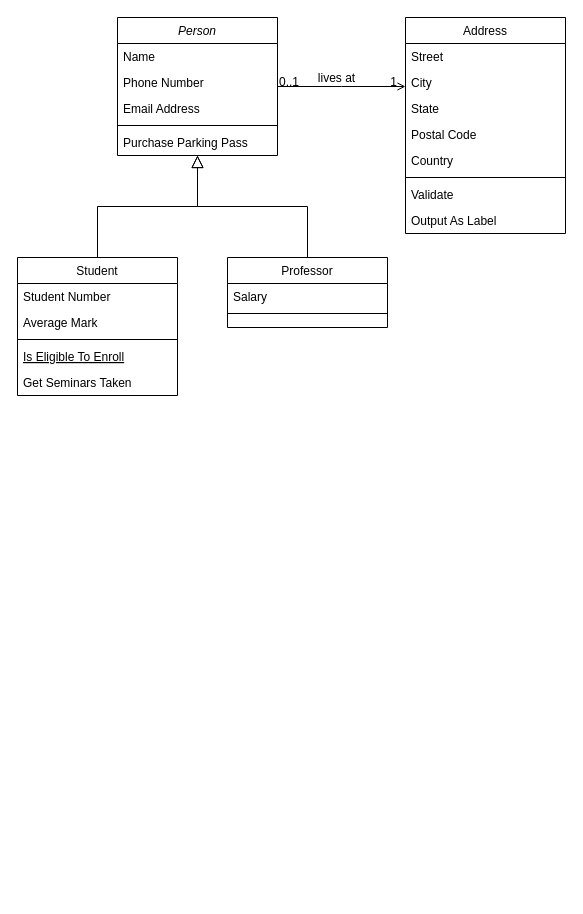
Before: Untitled Diagram.drawio in alejandro-vasquez-es/super-auto-pets, a draw.io diagram. Source tidied: cells renumbered, new cells numbered last; positions are measured from the earlier drawing's top-left corner, leaving out a move shared by most shapes. Both pictures are drawn from the tidied source at 100%, with x=0, y=0 at pixel (17, 17).
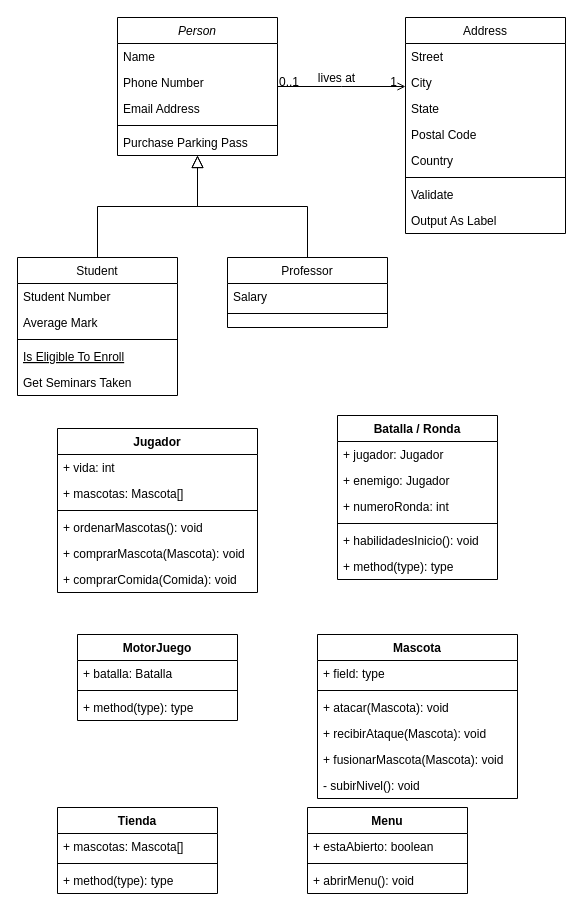
Above is the later version.

Diff of the diagram source:
```diff
@@
+    <mxCell id="32" value="Jugador" style="swimlane;fontStyle=1;align=center;verticalAlign=top;horizontal=1;startSize=26;" parent="1" vertex="1">
+      <mxGeometry x="40" y="411" width="200" height="164" as="geometry" />
+    </mxCell>
+    <mxCell id="33" value="+ vida: int" style="text;strokeColor=none;fillColor=none;align=left;verticalAlign=top;spacingLeft=4;spacingRight=4;overflow=hidden;" parent="32" vertex="1">
+      <mxGeometry y="26" width="200" height="26" as="geometry" />
+    </mxCell>
+    <mxCell id="34" value="+ mascotas: Mascota[]" style="text;strokeColor=none;fillColor=none;align=left;verticalAlign=top;spacingLeft=4;spacingRight=4;overflow=hidden;" parent="32" vertex="1">
+      <mxGeometry y="52" width="200" height="26" as="geometry" />
+    </mxCell>
+    <mxCell id="35" style="line;strokeWidth=1;fillColor=none;align=left;verticalAlign=middle;spacingTop=-1;spacingLeft=3;spacingRight=3;labelPosition=right;" parent="32" vertex="1">
+      <mxGeometry y="78" width="200" height="8" as="geometry" />
+    </mxCell>
+    <mxCell id="36" value="+ ordenarMascotas(): void" style="text;strokeColor=none;fillColor=none;align=left;verticalAlign=top;spacingLeft=4;spacingRight=4;overflow=hidden;" parent="32" vertex="1">
+      <mxGeometry y="86" width="200" height="26" as="geometry" />
+    </mxCell>
+    <mxCell id="37" value="+ comprarMascota(Mascota): void" style="text;strokeColor=none;fillColor=none;align=left;verticalAlign=top;spacingLeft=4;spacingRight=4;overflow=hidden;" parent="32" vertex="1">
+      <mxGeometry y="112" width="200" height="26" as="geometry" />
+    </mxCell>
+    <mxCell id="38" value="+ comprarComida(Comida): void" style="text;strokeColor=none;fillColor=none;align=left;verticalAlign=top;spacingLeft=4;spacingRight=4;overflow=hidden;" parent="32" vertex="1">
+      <mxGeometry y="138" width="200" height="26" as="geometry" />
+    </mxCell>
+    <mxCell id="39" value="Batalla / Ronda" style="swimlane;fontStyle=1;align=center;verticalAlign=top;horizontal=1;startSize=26;" parent="1" vertex="1">
+      <mxGeometry x="320" y="398" width="160" height="164" as="geometry" />
+    </mxCell>
+    <mxCell id="40" value="+ jugador: Jugador" style="text;strokeColor=none;fillColor=none;align=left;verticalAlign=top;spacingLeft=4;spacingRight=4;overflow=hidden;" parent="39" vertex="1">
+      <mxGeometry y="26" width="160" height="26" as="geometry" />
+    </mxCell>
+    <mxCell id="41" value="+ enemigo: Jugador" style="text;strokeColor=none;fillColor=none;align=left;verticalAlign=top;spacingLeft=4;spacingRight=4;overflow=hidden;" parent="39" vertex="1">
+      <mxGeometry y="52" width="160" height="26" as="geometry" />
+    </mxCell>
+    <mxCell id="42" value="+ numeroRonda: int" style="text;strokeColor=none;fillColor=none;align=left;verticalAlign=top;spacingLeft=4;spacingRight=4;overflow=hidden;" parent="39" vertex="1">
+      <mxGeometry y="78" width="160" height="26" as="geometry" />
+    </mxCell>
+    <mxCell id="43" style="line;strokeWidth=1;fillColor=none;align=left;verticalAlign=middle;spacingTop=-1;spacingLeft=3;spacingRight=3;labelPosition=right;" parent="39" vertex="1">
+      <mxGeometry y="104" width="160" height="8" as="geometry" />
+    </mxCell>
+    <mxCell id="44" value="+ habilidadesInicio(): void" style="text;strokeColor=none;fillColor=none;align=left;verticalAlign=top;spacingLeft=4;spacingRight=4;overflow=hidden;" parent="39" vertex="1">
+      <mxGeometry y="112" width="160" height="26" as="geometry" />
+    </mxCell>
+    <mxCell id="45" value="+ method(type): type" style="text;strokeColor=none;fillColor=none;align=left;verticalAlign=top;spacingLeft=4;spacingRight=4;overflow=hidden;" parent="39" vertex="1">
+      <mxGeometry y="138" width="160" height="26" as="geometry" />
+    </mxCell>
+    <mxCell id="46" value="MotorJuego" style="swimlane;fontStyle=1;align=center;verticalAlign=top;horizontal=1;startSize=26;" parent="1" vertex="1">
+      <mxGeometry x="60" y="617" width="160" height="86" as="geometry" />
+    </mxCell>
+    <mxCell id="47" value="+ batalla: Batalla" style="text;strokeColor=none;fillColor=none;align=left;verticalAlign=top;spacingLeft=4;spacingRight=4;overflow=hidden;" parent="46" vertex="1">
+      <mxGeometry y="26" width="160" height="26" as="geometry" />
+    </mxCell>
+    <mxCell id="48" style="line;strokeWidth=1;fillColor=none;align=left;verticalAlign=middle;spacingTop=-1;spacingLeft=3;spacingRight=3;labelPosition=right;" parent="46" vertex="1">
+      <mxGeometry y="52" width="160" height="8" as="geometry" />
+    </mxCell>
+    <mxCell id="49" value="+ method(type): type" style="text;strokeColor=none;fillColor=none;align=left;verticalAlign=top;spacingLeft=4;spacingRight=4;overflow=hidden;" parent="46" vertex="1">
+      <mxGeometry y="60" width="160" height="26" as="geometry" />
+    </mxCell>
+    <mxCell id="50" value="Mascota" style="swimlane;fontStyle=1;align=center;verticalAlign=top;horizontal=1;startSize=26;" parent="1" vertex="1">
+      <mxGeometry x="300" y="617" width="200" height="164" as="geometry" />
+    </mxCell>
+    <mxCell id="51" value="+ field: type" style="text;strokeColor=none;fillColor=none;align=left;verticalAlign=top;spacingLeft=4;spacingRight=4;overflow=hidden;" parent="50" vertex="1">
+      <mxGeometry y="26" width="200" height="26" as="geometry" />
+    </mxCell>
+    <mxCell id="52" style="line;strokeWidth=1;fillColor=none;align=left;verticalAlign=middle;spacingTop=-1;spacingLeft=3;spacingRight=3;labelPosition=right;" parent="50" vertex="1">
+      <mxGeometry y="52" width="200" height="8" as="geometry" />
+    </mxCell>
+    <mxCell id="53" value="+ atacar(Mascota): void" style="text;strokeColor=none;fillColor=none;align=left;verticalAlign=top;spacingLeft=4;spacingRight=4;overflow=hidden;" parent="50" vertex="1">
+      <mxGeometry y="60" width="200" height="26" as="geometry" />
+    </mxCell>
+    <mxCell id="54" value="+ recibirAtaque(Mascota): void" style="text;strokeColor=none;fillColor=none;align=left;verticalAlign=top;spacingLeft=4;spacingRight=4;overflow=hidden;" parent="50" vertex="1">
+      <mxGeometry y="86" width="200" height="26" as="geometry" />
+    </mxCell>
+    <mxCell id="55" value="+ fusionarMascota(Mascota): void" style="text;strokeColor=none;fillColor=none;align=left;verticalAlign=top;spacingLeft=4;spacingRight=4;overflow=hidden;" parent="50" vertex="1">
+      <mxGeometry y="112" width="200" height="26" as="geometry" />
+    </mxCell>
+    <mxCell id="56" value="- subirNivel(): void" style="text;strokeColor=none;fillColor=none;align=left;verticalAlign=top;spacingLeft=4;spacingRight=4;overflow=hidden;" parent="50" vertex="1">
+      <mxGeometry y="138" width="200" height="26" as="geometry" />
+    </mxCell>
+    <mxCell id="57" value="Tienda" style="swimlane;fontStyle=1;align=center;verticalAlign=top;horizontal=1;startSize=26;" parent="1" vertex="1">
+      <mxGeometry x="40" y="790" width="160" height="86" as="geometry" />
+    </mxCell>
+    <mxCell id="58" value="+ mascotas: Mascota[]" style="text;strokeColor=none;fillColor=none;align=left;verticalAlign=top;spacingLeft=4;spacingRight=4;overflow=hidden;" parent="57" vertex="1">
+      <mxGeometry y="26" width="160" height="26" as="geometry" />
+    </mxCell>
+    <mxCell id="59" style="line;strokeWidth=1;fillColor=none;align=left;verticalAlign=middle;spacingTop=-1;spacingLeft=3;spacingRight=3;labelPosition=right;" parent="57" vertex="1">
+      <mxGeometry y="52" width="160" height="8" as="geometry" />
+    </mxCell>
+    <mxCell id="60" value="+ method(type): type" style="text;strokeColor=none;fillColor=none;align=left;verticalAlign=top;spacingLeft=4;spacingRight=4;overflow=hidden;" parent="57" vertex="1">
+      <mxGeometry y="60" width="160" height="26" as="geometry" />
+    </mxCell>
+    <mxCell id="61" value="Menu" style="swimlane;fontStyle=1;align=center;verticalAlign=top;horizontal=1;startSize=26;" parent="1" vertex="1">
+      <mxGeometry x="290" y="790" width="160" height="86" as="geometry" />
+    </mxCell>
+    <mxCell id="62" value="+ estaAbierto: boolean" style="text;strokeColor=none;fillColor=none;align=left;verticalAlign=top;spacingLeft=4;spacingRight=4;overflow=hidden;" parent="61" vertex="1">
+      <mxGeometry y="26" width="160" height="26" as="geometry" />
+    </mxCell>
+    <mxCell id="63" style="line;strokeWidth=1;fillColor=none;align=left;verticalAlign=middle;spacingTop=-1;spacingLeft=3;spacingRight=3;labelPosition=right;" parent="61" vertex="1">
+      <mxGeometry y="52" width="160" height="8" as="geometry" />
+    </mxCell>
+    <mxCell id="64" value="+ abrirMenu(): void" style="text;strokeColor=none;fillColor=none;align=left;verticalAlign=top;spacingLeft=4;spacingRight=4;overflow=hidden;" parent="61" vertex="1">
+      <mxGeometry y="60" width="160" height="26" as="geometry" />
+    </mxCell>
```
